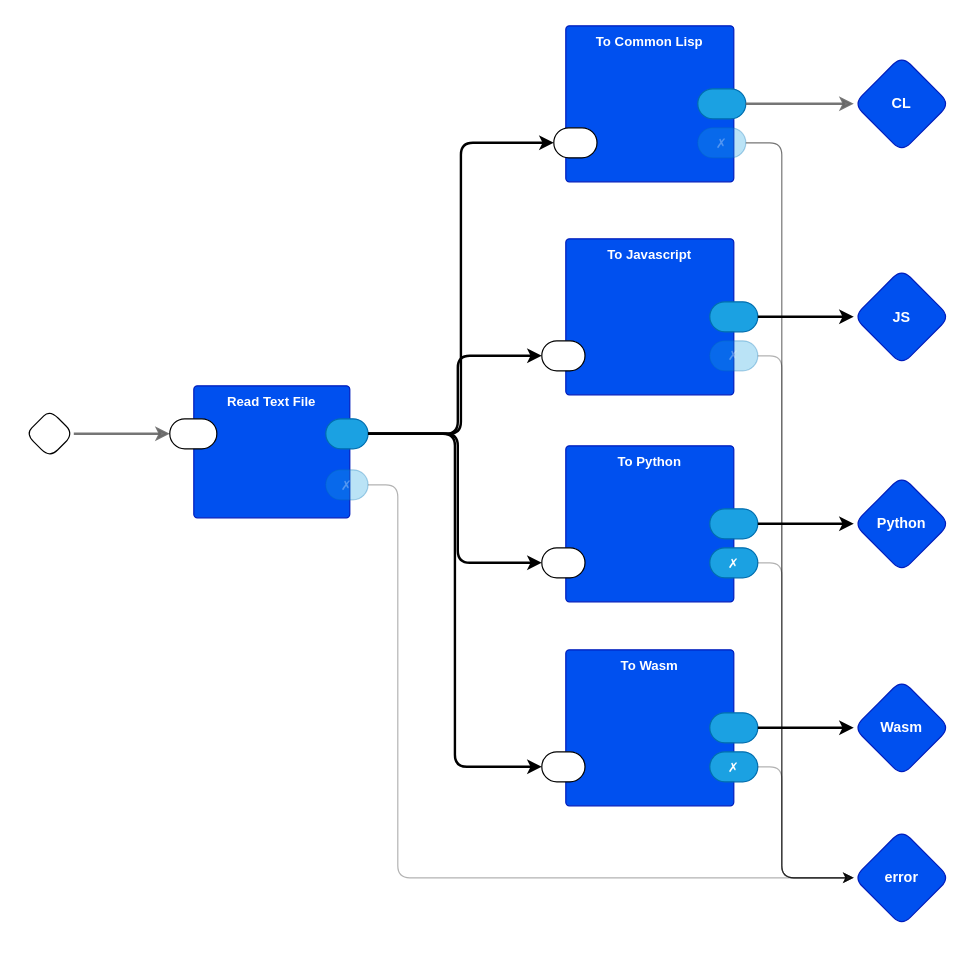
This is page "main" (1 of 5) of arith0d.drawio from guitarvydas/arith0d, a draw.io file, before an edit. Source tidied: cells renumbered, new cells numbered last; positions are measured from the earlier drawing's top-left corner, leaving out a move shared by most shapes. Both pictures are drawn from the tidied source at 120%, with x=0, y=0 at pixel (25, 25).
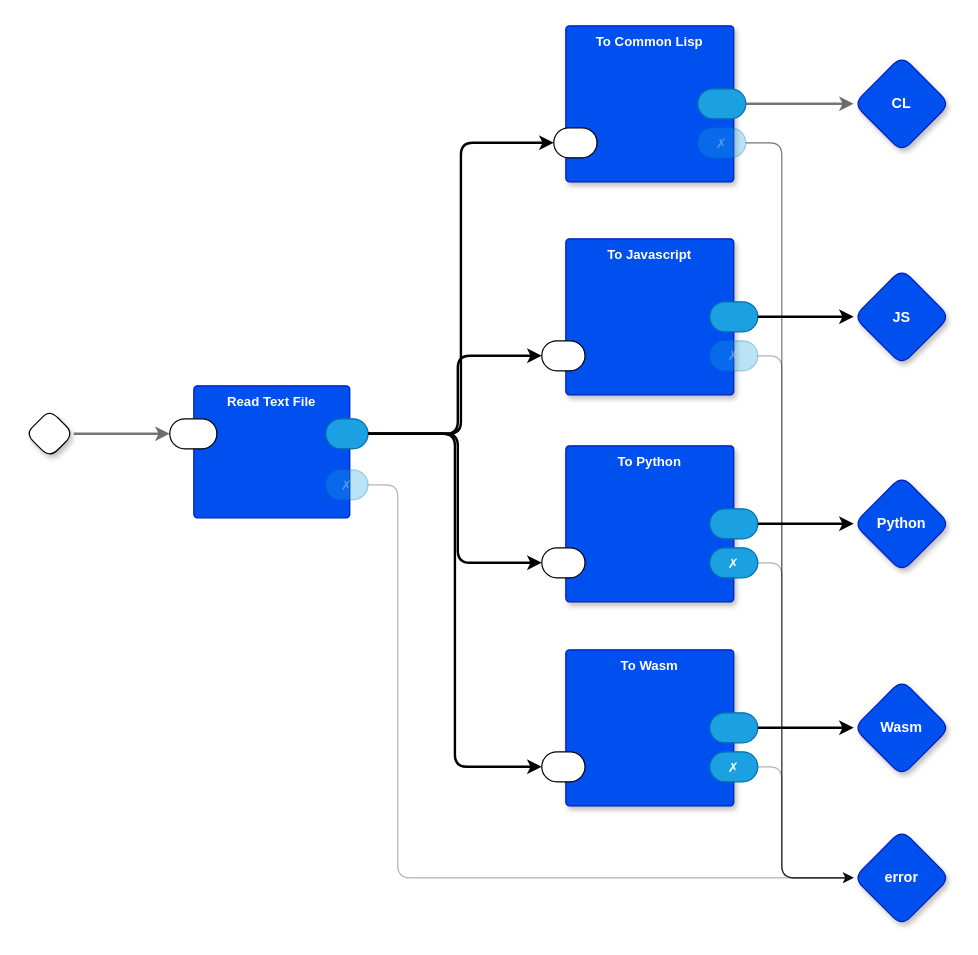
Above is the later version.

Diff of the diagram source:
```diff
@@
-    <mxCell id="3" style="rhombus;whiteSpace=wrap;html=1;rounded=1;fontStyle=1;glass=0;sketch=0;fontSize=12;points=[[0,0.5,0,0,0],[0.5,0,0,0,0],[0.5,1,0,0,0],[1,0.5,0,0,0]];shadow=0;fontFamily=Helvetica;fontColor=default;" parent="1" vertex="1">
+    <mxCell id="3" style="rhombus;whiteSpace=wrap;html=1;rounded=1;fontStyle=1;glass=0;sketch=0;fontSize=12;points=[[0,0.5,0,0,0],[0.5,0,0,0,0],[0.5,1,0,0,0],[1,0.5,0,0,0]];shadow=1;fontFamily=Helvetica;fontColor=default;" parent="1" vertex="1">
       <mxGeometry y="320" width="40" height="40" as="geometry" />
     </mxCell>
-    <mxCell id="4" value="CL" style="rhombus;whiteSpace=wrap;html=1;rounded=1;fillColor=#0050ef;fontColor=#ffffff;strokeColor=#001DBC;fontStyle=1;glass=0;sketch=0;fontSize=12;points=[[0,0.5,0,0,0],[0.5,0,0,0,0],[0.5,1,0,0,0],[1,0.5,0,0,0]];shadow=0;fontFamily=Helvetica;" parent="1" vertex="1">
+    <mxCell id="4" value="CL" style="rhombus;whiteSpace=wrap;html=1;rounded=1;fillColor=#0050ef;fontColor=#ffffff;strokeColor=#001DBC;fontStyle=1;glass=0;sketch=0;fontSize=12;points=[[0,0.5,0,0,0],[0.5,0,0,0,0],[0.5,1,0,0,0],[1,0.5,0,0,0]];shadow=1;fontFamily=Helvetica;" parent="1" vertex="1">
       <mxGeometry x="690" y="25" width="80" height="80" as="geometry" />
     </mxCell>
-    <mxCell id="5" value="To Common Lisp" style="rounded=1;whiteSpace=wrap;html=1;sketch=0;verticalAlign=top;arcSize=6;fontStyle=1;absoluteArcSize=1;shadow=0;strokeColor=#001DBC;fillColor=#0050ef;fontColor=#ffffff;fontFamily=Helvetica;fontSize=11;" parent="1" vertex="1">
+    <mxCell id="5" value="To Common Lisp" style="rounded=1;whiteSpace=wrap;html=1;sketch=0;verticalAlign=top;arcSize=6;fontStyle=1;absoluteArcSize=1;shadow=1;strokeColor=#001DBC;fillColor=#0050ef;fontColor=#ffffff;fontFamily=Helvetica;fontSize=11;" parent="1" vertex="1">
       <mxGeometry x="450" width="140" height="130" as="geometry" />
     </mxCell>
@@
-    <mxCell id="10" value="error" style="rhombus;whiteSpace=wrap;html=1;rounded=1;fillColor=#0050ef;fontColor=#ffffff;strokeColor=#001DBC;fontStyle=1;glass=0;sketch=0;fontSize=12;points=[[0,0.5,0,0,0],[0.5,0,0,0,0],[0.5,1,0,0,0],[1,0.5,0,0,0]];shadow=0;fontFamily=Helvetica;" parent="1" vertex="1">
+    <mxCell id="10" value="error" style="rhombus;whiteSpace=wrap;html=1;rounded=1;fillColor=#0050ef;fontColor=#ffffff;strokeColor=#001DBC;fontStyle=1;glass=0;sketch=0;fontSize=12;points=[[0,0.5,0,0,0],[0.5,0,0,0,0],[0.5,1,0,0,0],[1,0.5,0,0,0]];shadow=1;fontFamily=Helvetica;" parent="1" vertex="1">
       <mxGeometry x="690" y="670" width="80" height="80" as="geometry" />
     </mxCell>
@@
-    <mxCell id="18" value="To Javascript" style="rounded=1;whiteSpace=wrap;html=1;sketch=0;verticalAlign=top;arcSize=6;fontStyle=1;absoluteArcSize=1;shadow=0;strokeColor=#001DBC;fillColor=#0050ef;fontColor=#ffffff;fontFamily=Helvetica;fontSize=11;" parent="1" vertex="1">
+    <mxCell id="18" value="To Javascript" style="rounded=1;whiteSpace=wrap;html=1;sketch=0;verticalAlign=top;arcSize=6;fontStyle=1;absoluteArcSize=1;shadow=1;strokeColor=#001DBC;fillColor=#0050ef;fontColor=#ffffff;fontFamily=Helvetica;fontSize=11;" parent="1" vertex="1">
       <mxGeometry x="450" y="177.5" width="140" height="130" as="geometry" />
     </mxCell>
@@
-    <mxCell id="24" value="JS" style="rhombus;whiteSpace=wrap;html=1;rounded=1;fillColor=#0050ef;fontColor=#ffffff;strokeColor=#001DBC;fontStyle=1;glass=0;sketch=0;fontSize=12;points=[[0,0.5,0,0,0],[0.5,0,0,0,0],[0.5,1,0,0,0],[1,0.5,0,0,0]];shadow=0;fontFamily=Helvetica;" parent="1" vertex="1">
+    <mxCell id="24" value="JS" style="rhombus;whiteSpace=wrap;html=1;rounded=1;fillColor=#0050ef;fontColor=#ffffff;strokeColor=#001DBC;fontStyle=1;glass=0;sketch=0;fontSize=12;points=[[0,0.5,0,0,0],[0.5,0,0,0,0],[0.5,1,0,0,0],[1,0.5,0,0,0]];shadow=1;fontFamily=Helvetica;" parent="1" vertex="1">
       <mxGeometry x="690" y="202.5" width="80" height="80" as="geometry" />
     </mxCell>
@@
-    <mxCell id="26" value="To Python" style="rounded=1;whiteSpace=wrap;html=1;sketch=0;verticalAlign=top;arcSize=6;fontStyle=1;absoluteArcSize=1;shadow=0;strokeColor=#001DBC;fillColor=#0050ef;fontColor=#ffffff;fontFamily=Helvetica;fontSize=11;" parent="1" vertex="1">
+    <mxCell id="26" value="To Python" style="rounded=1;whiteSpace=wrap;html=1;sketch=0;verticalAlign=top;arcSize=6;fontStyle=1;absoluteArcSize=1;shadow=1;strokeColor=#001DBC;fillColor=#0050ef;fontColor=#ffffff;fontFamily=Helvetica;fontSize=11;" parent="1" vertex="1">
       <mxGeometry x="450" y="350" width="140" height="130" as="geometry" />
     </mxCell>
@@
-    <mxCell id="30" value="Python" style="rhombus;whiteSpace=wrap;html=1;rounded=1;fillColor=#0050ef;fontColor=#ffffff;strokeColor=#001DBC;fontStyle=1;glass=0;sketch=0;fontSize=12;points=[[0,0.5,0,0,0],[0.5,0,0,0,0],[0.5,1,0,0,0],[1,0.5,0,0,0]];shadow=0;fontFamily=Helvetica;" parent="1" vertex="1">
+    <mxCell id="30" value="Python" style="rhombus;whiteSpace=wrap;html=1;rounded=1;fillColor=#0050ef;fontColor=#ffffff;strokeColor=#001DBC;fontStyle=1;glass=0;sketch=0;fontSize=12;points=[[0,0.5,0,0,0],[0.5,0,0,0,0],[0.5,1,0,0,0],[1,0.5,0,0,0]];shadow=1;fontFamily=Helvetica;" parent="1" vertex="1">
       <mxGeometry x="690" y="375" width="80" height="80" as="geometry" />
     </mxCell>
@@
-    <mxCell id="34" value="To Wasm" style="rounded=1;whiteSpace=wrap;html=1;sketch=0;verticalAlign=top;arcSize=6;fontStyle=1;absoluteArcSize=1;shadow=0;strokeColor=#001DBC;fillColor=#0050ef;fontColor=#ffffff;fontFamily=Helvetica;fontSize=11;" parent="1" vertex="1">
+    <mxCell id="34" value="To Wasm" style="rounded=1;whiteSpace=wrap;html=1;sketch=0;verticalAlign=top;arcSize=6;fontStyle=1;absoluteArcSize=1;shadow=1;strokeColor=#001DBC;fillColor=#0050ef;fontColor=#ffffff;fontFamily=Helvetica;fontSize=11;" parent="1" vertex="1">
       <mxGeometry x="450" y="520" width="140" height="130" as="geometry" />
     </mxCell>
@@
-    <mxCell id="38" value="Wasm" style="rhombus;whiteSpace=wrap;html=1;rounded=1;fillColor=#0050ef;fontColor=#ffffff;strokeColor=#001DBC;fontStyle=1;glass=0;sketch=0;fontSize=12;points=[[0,0.5,0,0,0],[0.5,0,0,0,0],[0.5,1,0,0,0],[1,0.5,0,0,0]];shadow=0;fontFamily=Helvetica;" parent="1" vertex="1">
+    <mxCell id="38" value="Wasm" style="rhombus;whiteSpace=wrap;html=1;rounded=1;fillColor=#0050ef;fontColor=#ffffff;strokeColor=#001DBC;fontStyle=1;glass=0;sketch=0;fontSize=12;points=[[0,0.5,0,0,0],[0.5,0,0,0,0],[0.5,1,0,0,0],[1,0.5,0,0,0]];shadow=1;fontFamily=Helvetica;" parent="1" vertex="1">
       <mxGeometry x="690" y="545" width="80" height="80" as="geometry" />
     </mxCell>
```
